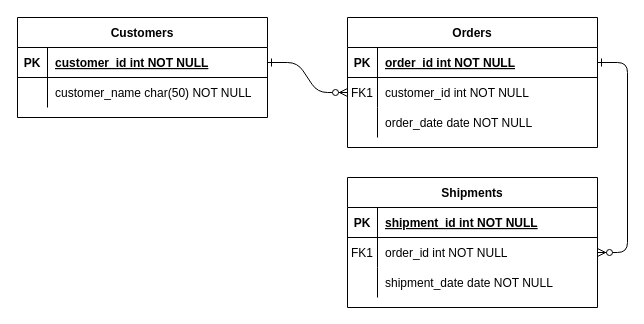
Before: Untitled Diagram.drawio in denkiwi777/DunnoWhatToEat, a draw.io diagram. Source tidied: cells renumbered, new cells numbered last; positions are measured from the earlier drawing's top-left corner, leaving out a move shared by most shapes. Both pictures are drawn from the tidied source at 100%, with x=0, y=0 at pixel (17, 17).
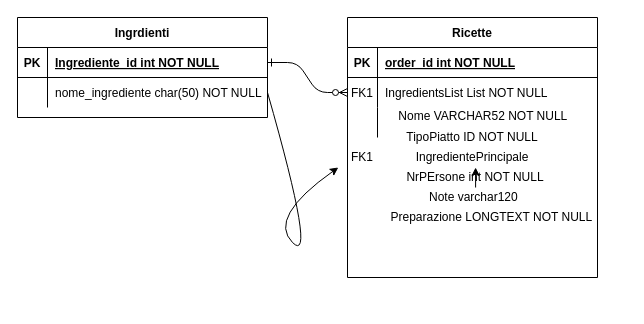
Above is the later version.

Unchanged cells that the change refers to:
```xml
<mxCell id="5" style="shape=partialRectangle;fillColor=none;points=[[0,0.5],[1,0.5]];portConstraint=eastwest;top=0;left=0;right=0;bottom=1;" parent="4" vertex="1">
  <mxGeometry y="30" width="250" height="30" as="geometry" />
</mxCell>
<mxCell id="8" style="shape=partialRectangle;fillColor=none;points=[[0,0.5],[1,0.5]];portConstraint=eastwest;top=0;left=0;right=0;bottom=0;" parent="4" vertex="1">
  <mxGeometry y="60" width="250" height="30" as="geometry" />
</mxCell>
<mxCell id="11" style="shape=partialRectangle;fillColor=none;top=0;left=0;right=0;bottom=0;" parent="4" vertex="1">
  <mxGeometry y="90" width="250" height="30" as="geometry" />
</mxCell>
<mxCell id="25" style="shape=partialRectangle;fillColor=none;points=[[0,0.5],[1,0.5]];portConstraint=eastwest;top=0;left=0;right=0;bottom=1;" parent="24" vertex="1">
  <mxGeometry y="30" width="250" height="30" as="geometry" />
</mxCell>
<mxCell id="28" style="shape=partialRectangle;fillColor=none;points=[[0,0.5],[1,0.5]];portConstraint=eastwest;top=0;left=0;right=0;bottom=0;" parent="24" vertex="1">
  <mxGeometry y="60" width="250" height="30" as="geometry" />
</mxCell>
```

The edit, as a diff of the source:
```diff
@@
-    <mxCell id="3" style="edgeStyle=entityRelationEdgeStyle;endArrow=ERzeroToMany;startArrow=ERone;endFill=1;startFill=0;" parent="1" edge="1" source="5" target="18">
-      <mxGeometry relative="1" as="geometry" />
-    </mxCell>
-    <mxCell id="4" value="Orders" style="shape=table;startSize=30;childLayout=tableLayout;rowLines=0;fontStyle=1;align=center;" parent="1" vertex="1">
-      <mxGeometry x="330" width="250" height="130" as="geometry" />
+    <mxCell id="4" value="Ricette" style="shape=table;startSize=30;childLayout=tableLayout;rowLines=0;fontStyle=1;align=center;" parent="1" vertex="1">
+      <mxGeometry x="330" width="250" height="260" as="geometry" />
     </mxCell>
@@
-    <mxCell id="10" value="customer_id int NOT NULL" style="shape=partialRectangle;overflow=hidden;fillColor=none;top=0;left=0;bottom=0;right=0;align=left;spacingLeft=6;" parent="8" vertex="1">
+    <mxCell id="10" value="IngredientsList List NOT NULL" style="shape=partialRectangle;overflow=hidden;fillColor=none;top=0;left=0;bottom=0;right=0;align=left;spacingLeft=6;" parent="8" vertex="1">
       <mxGeometry x="30" width="220" height="30" as="geometry" />
     </mxCell>
@@
-    <mxCell id="13" value="order_date date NOT NULL" style="shape=partialRectangle;overflow=hidden;fillColor=none;top=0;left=0;bottom=0;right=0;align=left;spacingLeft=6;" parent="11" vertex="1">
+    <mxCell id="13" value="    Nome VARCHAR52 NOT NULL&#10;" style="shape=partialRectangle;overflow=hidden;fillColor=none;top=0;left=0;bottom=0;right=0;align=left;spacingLeft=6;" parent="11" vertex="1">
       <mxGeometry x="30" width="220" height="30" as="geometry" />
     </mxCell>
-    <mxCell id="14" value="Shipments" style="shape=table;startSize=30;childLayout=tableLayout;rowLines=0;fontStyle=1;align=center;" parent="1" vertex="1">
-      <mxGeometry x="330" y="160" width="250" height="130" as="geometry" />
-    </mxCell>
-    <mxCell id="15" style="shape=partialRectangle;fillColor=none;top=0;left=0;right=0;bottom=1;" parent="14" vertex="1">
-      <mxGeometry y="30" width="250" height="30" as="geometry" />
-    </mxCell>
-    <mxCell id="16" value="PK" style="shape=partialRectangle;overflow=hidden;fillColor=none;top=0;left=0;bottom=0;right=0;fontStyle=1;" parent="15" vertex="1">
-      <mxGeometry width="30" height="30" as="geometry" />
-    </mxCell>
-    <mxCell id="17" value="shipment_id int NOT NULL " style="shape=partialRectangle;overflow=hidden;fillColor=none;top=0;left=0;bottom=0;right=0;align=left;spacingLeft=6;fontStyle=5;" parent="15" vertex="1">
-      <mxGeometry x="30" width="220" height="30" as="geometry" />
-    </mxCell>
-    <mxCell id="18" style="shape=partialRectangle;fillColor=none;points=[[0,0.5],[1,0.5]];portConstraint=eastwest;top=0;left=0;right=0;bottom=0;" parent="14" vertex="1">
-      <mxGeometry y="60" width="250" height="30" as="geometry" />
-    </mxCell>
-    <mxCell id="19" value="FK1" style="shape=partialRectangle;overflow=hidden;fillColor=none;top=0;left=0;bottom=0;right=0;" parent="18" vertex="1">
-      <mxGeometry width="30" height="30" as="geometry" />
-    </mxCell>
-    <mxCell id="20" value="order_id int NOT NULL" style="shape=partialRectangle;overflow=hidden;fillColor=none;top=0;left=0;bottom=0;right=0;align=left;spacingLeft=6;" parent="18" vertex="1">
-      <mxGeometry x="30" width="220" height="30" as="geometry" />
-    </mxCell>
-    <mxCell id="21" style="shape=partialRectangle;fillColor=none;top=0;left=0;right=0;bottom=0;" parent="14" vertex="1">
-      <mxGeometry y="90" width="250" height="30" as="geometry" />
-    </mxCell>
-    <mxCell id="22" style="shape=partialRectangle;overflow=hidden;fillColor=none;top=0;left=0;bottom=0;right=0;" parent="21" vertex="1">
-      <mxGeometry width="30" height="30" as="geometry" />
-    </mxCell>
-    <mxCell id="23" value="shipment_date date NOT NULL" style="shape=partialRectangle;overflow=hidden;fillColor=none;top=0;left=0;bottom=0;right=0;align=left;spacingLeft=6;" parent="21" vertex="1">
-      <mxGeometry x="30" width="220" height="30" as="geometry" />
-    </mxCell>
-    <mxCell id="24" value="Customers" style="shape=table;startSize=30;childLayout=tableLayout;rowLines=0;fontStyle=1;align=center;" parent="1" vertex="1">
+    <mxCell id="24" value="Ingrdienti" style="shape=table;startSize=30;childLayout=tableLayout;rowLines=0;fontStyle=1;align=center;" parent="1" vertex="1">
       <mxGeometry width="250" height="100" as="geometry" />
     </mxCell>
@@
-    <mxCell id="27" value="customer_id int NOT NULL " style="shape=partialRectangle;overflow=hidden;fillColor=none;top=0;left=0;bottom=0;right=0;align=left;spacingLeft=6;fontStyle=5;" parent="25" vertex="1">
+    <mxCell id="27" value="Ingrediente_id int NOT NULL " style="shape=partialRectangle;overflow=hidden;fillColor=none;top=0;left=0;bottom=0;right=0;align=left;spacingLeft=6;fontStyle=5;" parent="25" vertex="1">
       <mxGeometry x="30" width="220" height="30" as="geometry" />
     </mxCell>
@@
-    <mxCell id="30" value="customer_name char(50) NOT NULL" style="shape=partialRectangle;overflow=hidden;fillColor=none;top=0;left=0;bottom=0;right=0;align=left;spacingLeft=6;" parent="28" vertex="1">
+    <mxCell id="30" value="nome_ingrediente char(50) NOT NULL" style="shape=partialRectangle;overflow=hidden;fillColor=none;top=0;left=0;bottom=0;right=0;align=left;spacingLeft=6;" parent="28" vertex="1">
       <mxGeometry x="30" width="220" height="30" as="geometry" />
     </mxCell>
+    <mxCell id="31" value="TipoPiatto ID NOT NULL" style="text;html=1;strokeColor=none;fillColor=none;align=center;verticalAlign=middle;whiteSpace=wrap;rounded=0;" parent="1" vertex="1">
+      <mxGeometry x="370" y="110" width="170" height="20" as="geometry" />
+    </mxCell>
+    <mxCell id="32" value="IngredientePrincipale" style="text;html=1;strokeColor=none;fillColor=none;align=center;verticalAlign=middle;whiteSpace=wrap;rounded=0;" parent="1" vertex="1">
+      <mxGeometry x="370" y="130" width="170" height="20" as="geometry" />
+    </mxCell>
+    <mxCell id="33" value="NrPErsone int NOT NULL" style="text;html=1;strokeColor=none;fillColor=none;align=center;verticalAlign=middle;whiteSpace=wrap;rounded=0;" parent="1" vertex="1">
+      <mxGeometry x="379.4" y="150" width="157.5" height="20" as="geometry" />
+    </mxCell>
+    <mxCell id="34" style="curved=1;endArrow=classic;html=1;exitX=1;exitY=0.5;exitDx=0;exitDy=0;" parent="1" edge="1" source="28" target="19">
+      <mxGeometry relative="1" as="geometry">
+        <Array as="points">
+          <mxPoint x="300" y="250" />
+          <mxPoint x="250" y="200" />
+        </Array>
+      </mxGeometry>
+    </mxCell>
+    <mxCell id="19" value="&amp;nbsp; &amp;nbsp; &amp;nbsp; FK1" style="text;html=1;strokeColor=none;fillColor=none;align=center;verticalAlign=middle;whiteSpace=wrap;rounded=0;" parent="1" vertex="1">
+      <mxGeometry x="310" y="130" width="50" height="20" as="geometry" />
+    </mxCell>
+    <mxCell id="35" style="edgeStyle=orthogonalEdgeStyle;rounded=0;jettySize=auto;html=1;" parent="1" edge="1" source="36" target="33">
+      <mxGeometry relative="1" as="geometry" />
+    </mxCell>
+    <mxCell id="36" value="Note varchar120&amp;nbsp;" style="text;html=1;strokeColor=none;fillColor=none;align=center;verticalAlign=middle;whiteSpace=wrap;rounded=0;" parent="1" vertex="1">
+      <mxGeometry x="386.2" y="170" width="143.8" height="20" as="geometry" />
+    </mxCell>
+    <mxCell id="37" value="Preparazione LONGTEXT NOT NULL&amp;nbsp;" style="text;html=1;strokeColor=none;fillColor=none;align=center;verticalAlign=middle;whiteSpace=wrap;rounded=0;" parent="1" vertex="1">
+      <mxGeometry x="360" y="190" width="232" height="20" as="geometry" />
+    </mxCell>
```
